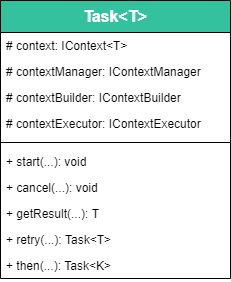
Before: docs/Task.png, a diagram exported from draw.io (BrunoMNDantas/TPL4J). Source tidied: cells renumbered, new cells last; positions are measured from the earlier drawing's top-left corner, leaving out a move shared by most shapes.
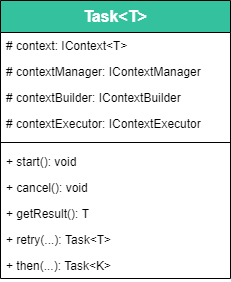
After the commit.

Diff of the diagram source:
```diff
@@ -20,13 +20,13 @@
     <mxCell id="7" style="line;strokeWidth=1;fillColor=none;align=left;verticalAlign=middle;spacingTop=-1;spacingLeft=3;spacingRight=3;labelPosition=right;" parent="2" vertex="1">
       <mxGeometry y="136" width="230" height="12" as="geometry" />
     </mxCell>
-    <mxCell id="8" value="+ start(...): void" style="text;strokeColor=none;fillColor=none;align=left;verticalAlign=top;spacingLeft=4;spacingRight=4;overflow=hidden;" parent="2" vertex="1">
+    <mxCell id="8" value="+ start(): void" style="text;strokeColor=none;fillColor=none;align=left;verticalAlign=top;spacingLeft=4;spacingRight=4;overflow=hidden;" parent="2" vertex="1">
       <mxGeometry y="148" width="230" height="26" as="geometry" />
     </mxCell>
-    <mxCell id="9" value="+ cancel(...): void" style="text;strokeColor=none;fillColor=none;align=left;verticalAlign=top;spacingLeft=4;spacingRight=4;overflow=hidden;" parent="2" vertex="1">
+    <mxCell id="9" value="+ cancel(): void" style="text;strokeColor=none;fillColor=none;align=left;verticalAlign=top;spacingLeft=4;spacingRight=4;overflow=hidden;" parent="2" vertex="1">
       <mxGeometry y="174" width="230" height="26" as="geometry" />
     </mxCell>
-    <mxCell id="10" value="+ getResult(...): T" style="text;strokeColor=none;fillColor=none;align=left;verticalAlign=top;spacingLeft=4;spacingRight=4;overflow=hidden;" parent="2" vertex="1">
+    <mxCell id="10" value="+ getResult(): T" style="text;strokeColor=none;fillColor=none;align=left;verticalAlign=top;spacingLeft=4;spacingRight=4;overflow=hidden;" parent="2" vertex="1">
       <mxGeometry y="200" width="230" height="26" as="geometry" />
     </mxCell>
     <mxCell id="11" value="+ retry(...): Task&lt;T&gt;" style="text;strokeColor=none;fillColor=none;align=left;verticalAlign=top;spacingLeft=4;spacingRight=4;overflow=hidden;" parent="2" vertex="1">
```
